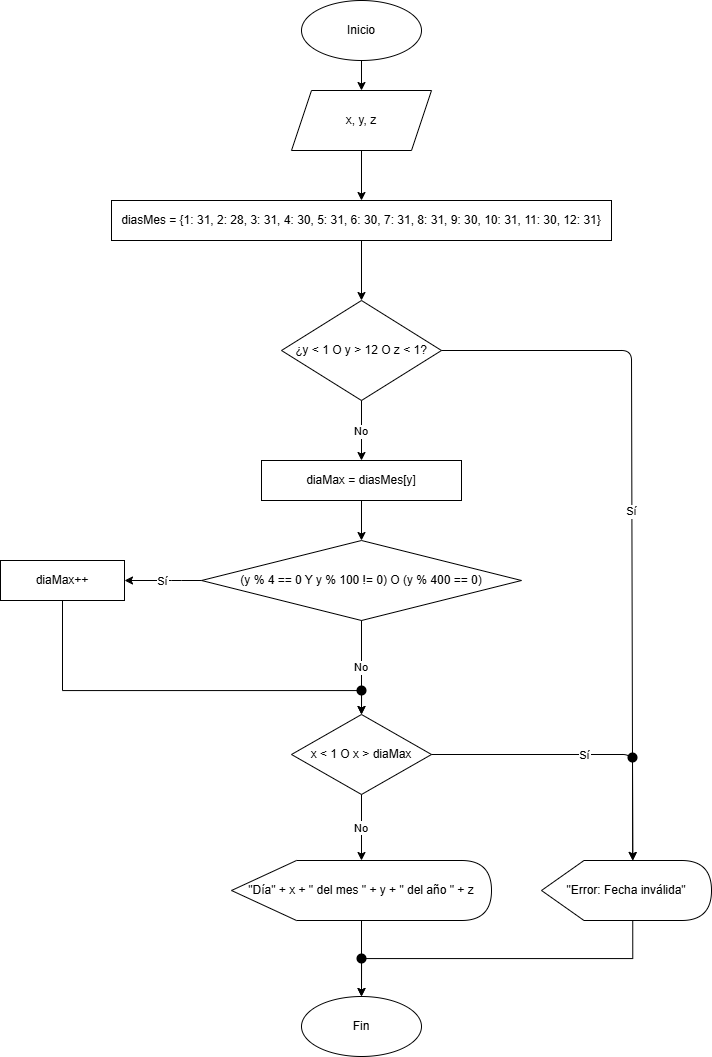
Before: chapter4/dfd/dfd4.5.6_10.png, a diagram exported from draw.io (UPclopezpAalgorithmsBook/solutions). Source tidied: cells renumbered, new cells last; positions are measured from the earlier drawing's top-left corner, leaving out a move shared by most shapes.
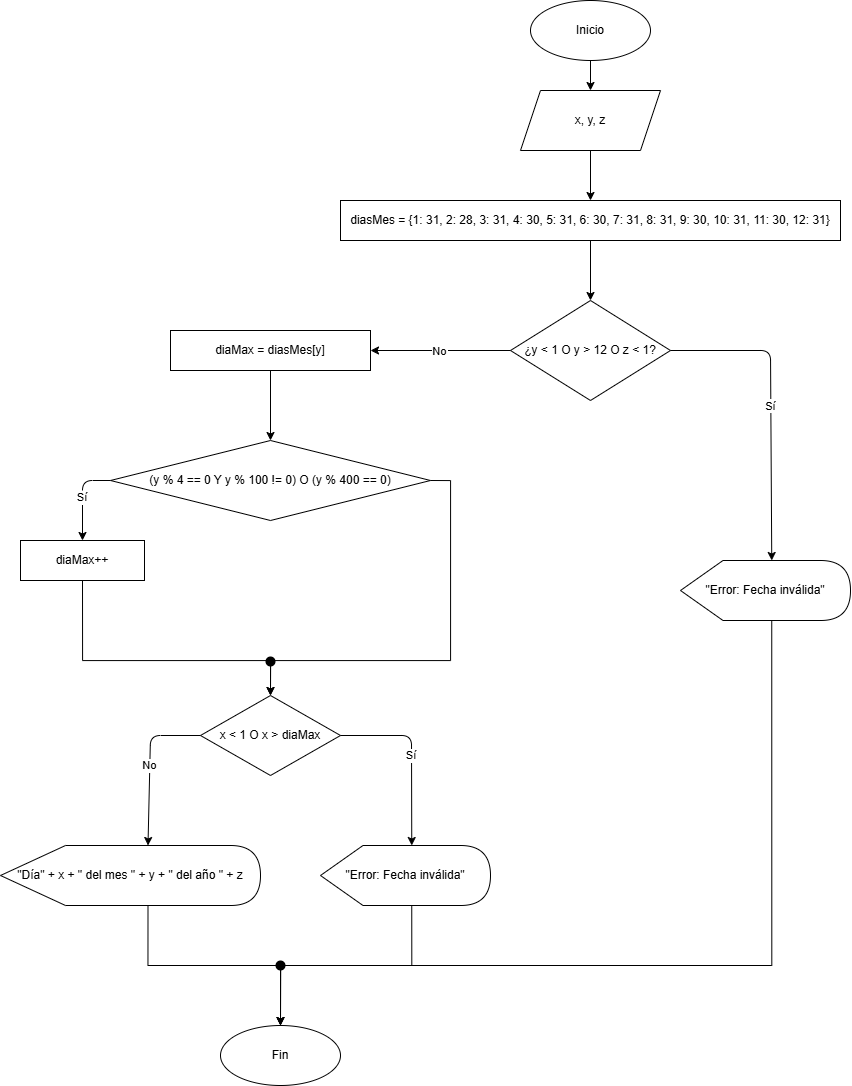
The same diagram one commit later.

What changed in the source:
```diff
@@ -18,88 +18,73 @@
       <mxGeometry relative="1" as="geometry" />
     </mxCell>
     <mxCell id="7" value="diaMax = diasMes[y]" style="rounded=0;whiteSpace=wrap;html=1;" parent="1" vertex="1">
-      <mxGeometry x="300" y="500" width="200" height="40" as="geometry" />
+      <mxGeometry x="-20" y="370" width="200" height="40" as="geometry" />
     </mxCell>
     <mxCell id="8" value="x &amp;lt; 1 O x &amp;gt; diaMax" style="rhombus;whiteSpace=wrap;html=1;" parent="1" vertex="1">
-      <mxGeometry x="330" y="754" width="140" height="80" as="geometry" />
+      <mxGeometry x="10" y="735" width="140" height="80" as="geometry" />
     </mxCell>
+    <mxCell id="16" style="edgeStyle=orthogonalEdgeStyle;rounded=0;jettySize=auto;html=1;exitX=0;exitY=0;exitDx=147.5;exitDy=60;exitPerimeter=0;entryX=0.5;entryY=0;entryDx=0;entryDy=0;" parent="1" edge="1" source="9" target="10">
+      <mxGeometry relative="1" as="geometry" />
+    </mxCell>
     <mxCell id="9" value="&quot;Día&quot; + x + &quot; del mes &quot; + y + &quot; del año &quot; + z" style="shape=display;whiteSpace=wrap;html=1;" parent="1" vertex="1">
-      <mxGeometry x="270" y="900" width="260" height="60" as="geometry" />
+      <mxGeometry x="-190" y="885" width="260" height="60" as="geometry" />
     </mxCell>
     <mxCell id="10" value="Fin" style="ellipse;whiteSpace=wrap;html=1;" parent="1" vertex="1">
-      <mxGeometry x="340" y="1036" width="120" height="60" as="geometry" />
+      <mxGeometry x="30" y="1065" width="120" height="60" as="geometry" />
     </mxCell>
     <mxCell id="11" parent="1" edge="1" source="2" target="4">
       <mxGeometry relative="1" as="geometry" />
     </mxCell>
-    <mxCell id="12" value="No" parent="1" edge="1" source="5" target="7">
+    <mxCell id="12" value="No" style="exitX=0;exitY=0.5;exitDx=0;exitDy=0;" parent="1" edge="1" source="5" target="7">
       <mxGeometry relative="1" as="geometry" />
     </mxCell>
-    <mxCell id="13" value="Sí" style="entryX=0;entryY=0;entryDx=91.25;entryDy=0;entryPerimeter=0;" parent="1" edge="1" source="5" target="20">
+    <mxCell id="13" value="Sí" style="entryX=0;entryY=0;entryDx=91.25;entryDy=0;entryPerimeter=0;" parent="1" edge="1" source="5" target="32">
       <mxGeometry relative="1" as="geometry">
         <Array as="points">
-          <mxPoint x="670" y="390" />
+          <mxPoint x="580" y="390" />
         </Array>
       </mxGeometry>
     </mxCell>
-    <mxCell id="14" value="No" parent="1" edge="1" source="8" target="9">
-      <mxGeometry relative="1" as="geometry" />
-    </mxCell>
     <mxCell id="15" value="Sí" style="entryX=0;entryY=0;entryDx=91.25;entryDy=0;entryPerimeter=0;" parent="1" edge="1" source="8" target="20">
       <mxGeometry relative="1" as="geometry">
         <Array as="points">
-          <mxPoint x="671" y="794" />
+          <mxPoint x="221" y="775" />
         </Array>
       </mxGeometry>
     </mxCell>
-    <mxCell id="16" parent="1" edge="1" source="9" target="10">
-      <mxGeometry relative="1" as="geometry" />
-    </mxCell>
     <mxCell id="17" style="edgeStyle=orthogonalEdgeStyle;rounded=0;jettySize=auto;html=1;exitX=0.5;exitY=1;exitDx=0;exitDy=0;entryX=0.5;entryY=0;entryDx=0;entryDy=0;" parent="1" edge="1" source="18" target="5">
       <mxGeometry relative="1" as="geometry" />
     </mxCell>
     <mxCell id="18" value="diasMes = {&lt;span class=&quot;ͼq&quot;&gt;1&lt;/span&gt;: &lt;span class=&quot;ͼq&quot;&gt;31&lt;/span&gt;,&amp;nbsp;&lt;span class=&quot;ͼq&quot;&gt;2&lt;/span&gt;: &lt;span class=&quot;ͼq&quot;&gt;28&lt;/span&gt;, &lt;span class=&quot;ͼq&quot;&gt;3&lt;/span&gt;: &lt;span class=&quot;ͼq&quot;&gt;31&lt;/span&gt;,&amp;nbsp;&lt;span class=&quot;ͼq&quot;&gt;4&lt;/span&gt;: &lt;span class=&quot;ͼq&quot;&gt;30&lt;/span&gt;,&amp;nbsp;&lt;span class=&quot;ͼq&quot;&gt;5&lt;/span&gt;: &lt;span class=&quot;ͼq&quot;&gt;31&lt;/span&gt;,&amp;nbsp;&lt;span class=&quot;ͼq&quot;&gt;6&lt;/span&gt;: &lt;span class=&quot;ͼq&quot;&gt;30&lt;/span&gt;,&amp;nbsp;&lt;span class=&quot;ͼq&quot;&gt;7&lt;/span&gt;: &lt;span class=&quot;ͼq&quot;&gt;31&lt;/span&gt;,&amp;nbsp;&lt;span class=&quot;ͼq&quot;&gt;8&lt;/span&gt;: &lt;span class=&quot;ͼq&quot;&gt;31&lt;/span&gt;,&amp;nbsp;&lt;span class=&quot;ͼq&quot;&gt;9&lt;/span&gt;: &lt;span class=&quot;ͼq&quot;&gt;30&lt;/span&gt;,&amp;nbsp;&lt;span class=&quot;ͼq&quot;&gt;10&lt;/span&gt;: &lt;span class=&quot;ͼq&quot;&gt;31&lt;/span&gt;,&amp;nbsp;&lt;span class=&quot;ͼq&quot;&gt;11&lt;/span&gt;: &lt;span class=&quot;ͼq&quot;&gt;30&lt;/span&gt;,&amp;nbsp;&lt;span class=&quot;ͼq&quot;&gt;12&lt;/span&gt;: &lt;span class=&quot;ͼq&quot;&gt;31&lt;/span&gt;}" style="rounded=0;whiteSpace=wrap;html=1;" parent="1" vertex="1">
       <mxGeometry x="150" y="240" width="500" height="40" as="geometry" />
     </mxCell>
-    <mxCell id="19" style="edgeStyle=orthogonalEdgeStyle;rounded=0;jettySize=auto;html=1;exitX=0;exitY=0;exitDx=91.25;exitDy=60;exitPerimeter=0;entryX=0.5;entryY=0;entryDx=0;entryDy=0;" parent="1" edge="1" source="20" target="10">
+    <mxCell id="19" style="edgeStyle=orthogonalEdgeStyle;rounded=0;jettySize=auto;html=1;exitX=0;exitY=0;exitDx=91.25;exitDy=60;exitPerimeter=0;" parent="1" edge="1" source="20" target="10">
       <mxGeometry relative="1" as="geometry" />
     </mxCell>
     <mxCell id="20" value="&quot;Error: Fecha inválida&quot;" style="shape=display;whiteSpace=wrap;html=1;" parent="1" vertex="1">
-      <mxGeometry x="580" y="900" width="170" height="60" as="geometry" />
+      <mxGeometry x="130" y="885" width="170" height="60" as="geometry" />
     </mxCell>
-    <mxCell id="21" style="ellipse;whiteSpace=wrap;html=1;strokeColor=none;fillColor=#000000;" parent="1" vertex="1">
-      <mxGeometry x="395" y="993" width="10" height="10" as="geometry" />
-    </mxCell>
-    <mxCell id="22" style="ellipse;whiteSpace=wrap;html=1;strokeColor=none;fillColor=#000000;" parent="1" vertex="1">
-      <mxGeometry x="666" y="792" width="10" height="10" as="geometry" />
-    </mxCell>
     <mxCell id="23" style="edgeStyle=orthogonalEdgeStyle;rounded=0;jettySize=auto;html=1;exitX=0.5;exitY=1;exitDx=0;exitDy=0;entryX=0.5;entryY=0;entryDx=0;entryDy=0;" parent="1" edge="1" source="24" target="8">
       <mxGeometry relative="1" as="geometry">
         <Array as="points">
-          <mxPoint x="101" y="730" />
-          <mxPoint x="400" y="730" />
+          <mxPoint x="-108" y="700" />
+          <mxPoint x="80" y="700" />
         </Array>
       </mxGeometry>
     </mxCell>
     <mxCell id="24" value="diaMax++" style="rounded=0;whiteSpace=wrap;html=1;" parent="1" vertex="1">
-      <mxGeometry x="39" y="600" width="124" height="40" as="geometry" />
+      <mxGeometry x="-170" y="580" width="124" height="40" as="geometry" />
     </mxCell>
     <mxCell id="25" value="(y % 4 == 0 Y y % 100 != 0) O (y % 400 == 0)" style="rhombus;whiteSpace=wrap;html=1;" parent="1" vertex="1">
-      <mxGeometry x="240" y="580" width="320" height="80" as="geometry" />
+      <mxGeometry x="-80" y="480" width="320" height="80" as="geometry" />
     </mxCell>
-    <mxCell id="26" value="Sí" style="entryX=1;entryY=0.5;entryDx=0;entryDy=0;exitX=0;exitY=0.5;exitDx=0;exitDy=0;" parent="1" edge="1" source="25" target="24">
+    <mxCell id="26" value="Sí" style="entryX=0.5;entryY=0;entryDx=0;entryDy=0;exitX=0;exitY=0.5;exitDx=0;exitDy=0;" parent="1" edge="1" source="25" target="24">
       <mxGeometry relative="1" as="geometry">
         <Array as="points">
-          <mxPoint x="210" y="620" />
+          <mxPoint x="-108" y="520" />
         </Array>
       </mxGeometry>
     </mxCell>
-    <mxCell id="27" value="No" style="exitX=0.5;exitY=1;exitDx=0;exitDy=0;entryX=0.5;entryY=0;entryDx=0;entryDy=0;" parent="1" edge="1" source="25" target="8">
-      <mxGeometry relative="1" as="geometry" />
-    </mxCell>
-    <mxCell id="28" style="ellipse;whiteSpace=wrap;html=1;strokeColor=none;fillColor=#000000;" parent="1" vertex="1">
-      <mxGeometry x="395" y="725" width="10" height="10" as="geometry" />
-    </mxCell>
     <mxCell id="29" parent="1" edge="1">
       <mxGeometry relative="1" as="geometry">
         <mxPoint x="60" y="180" as="targetPoint" />
@@ -118,5 +103,39 @@
         </Array>
       </mxGeometry>
     </mxCell>
+    <mxCell id="31" style="edgeStyle=orthogonalEdgeStyle;rounded=0;jettySize=auto;html=1;exitX=0;exitY=0;exitDx=91.25;exitDy=60.00000000000001;exitPerimeter=0;entryX=0.5;entryY=0;entryDx=0;entryDy=0;" parent="1" edge="1" target="10">
+      <mxGeometry relative="1" as="geometry">
+        <mxPoint x="581.2" y="655" as="sourcePoint" />
+        <Array as="points">
+          <mxPoint x="581" y="1005" />
+          <mxPoint x="90" y="1005" />
+        </Array>
+      </mxGeometry>
+    </mxCell>
+    <mxCell id="32" value="&quot;Error: Fecha inválida&quot;" style="shape=display;whiteSpace=wrap;html=1;" parent="1" vertex="1">
+      <mxGeometry x="490" y="600" width="170" height="60" as="geometry" />
+    </mxCell>
+    <mxCell id="14" value="No" style="entryX=0;entryY=0;entryDx=147.5;entryDy=0;entryPerimeter=0;exitX=0;exitY=0.5;exitDx=0;exitDy=0;" parent="1" edge="1" source="8" target="9">
+      <mxGeometry relative="1" as="geometry">
+        <Array as="points">
+          <mxPoint x="-40" y="775" />
+        </Array>
+      </mxGeometry>
+    </mxCell>
+    <mxCell id="33" style="ellipse;whiteSpace=wrap;html=1;strokeColor=none;fillColor=#000000;" parent="1" vertex="1">
+      <mxGeometry x="85" y="1000" width="10" height="10" as="geometry" />
+    </mxCell>
+    <mxCell id="27" style="edgeStyle=orthogonalEdgeStyle;rounded=0;jettySize=auto;html=1;exitX=1;exitY=0.5;exitDx=0;exitDy=0;entryX=0.5;entryY=0;entryDx=0;entryDy=0;" parent="1" edge="1" source="25" target="8">
+      <mxGeometry relative="1" as="geometry">
+        <Array as="points">
+          <mxPoint x="260" y="520" />
+          <mxPoint x="260" y="700" />
+          <mxPoint x="80" y="700" />
+        </Array>
+      </mxGeometry>
+    </mxCell>
+    <mxCell id="34" style="ellipse;whiteSpace=wrap;html=1;strokeColor=none;fillColor=#000000;" parent="1" vertex="1">
+      <mxGeometry x="75" y="696" width="10" height="10" as="geometry" />
+    </mxCell>
   </root>
 </mxGraphModel>
```
